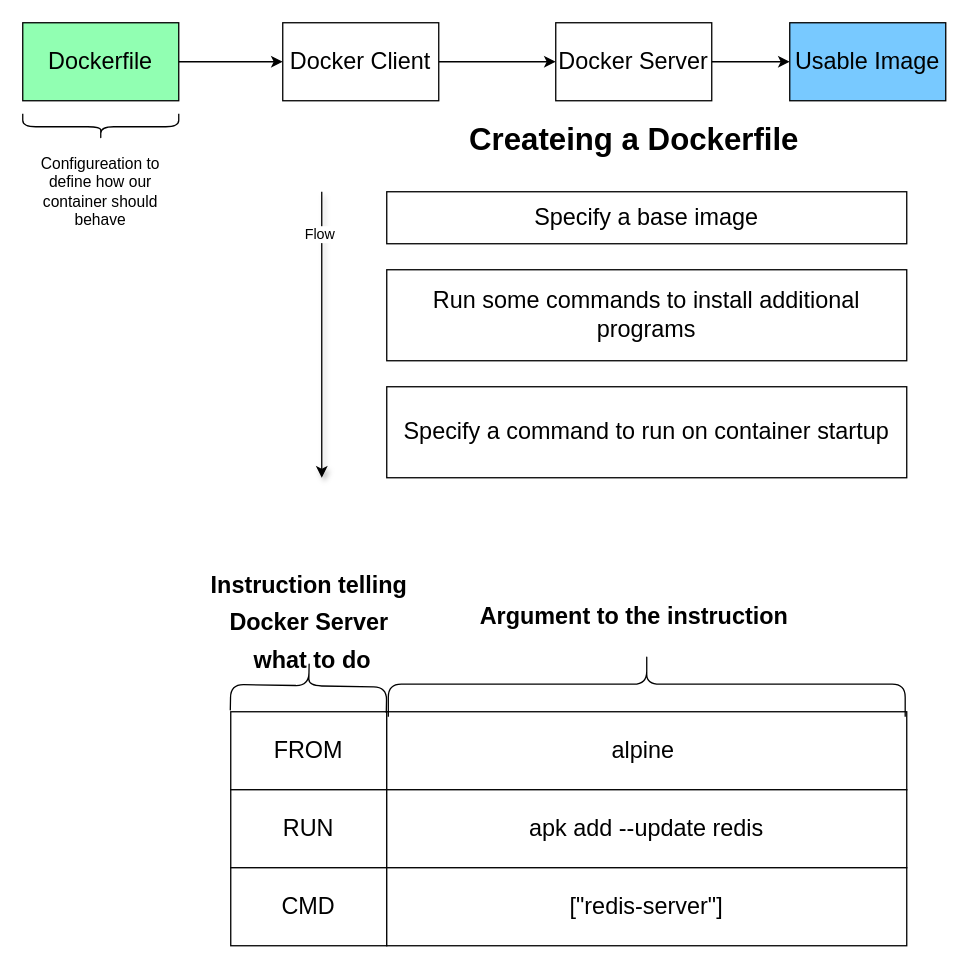
Earlier version of the draw.io diagram page "Dockerfile" (2 of 2) of Untitled Diagram.drawio (hephaestus88/docker). Source tidied: cells renumbered, new cells numbered last; positions are measured from the earlier drawing's top-left corner, leaving out a move shared by most shapes. Both pictures are drawn from the tidied source at 130%, with x=0, y=0 at pixel (22, 22).
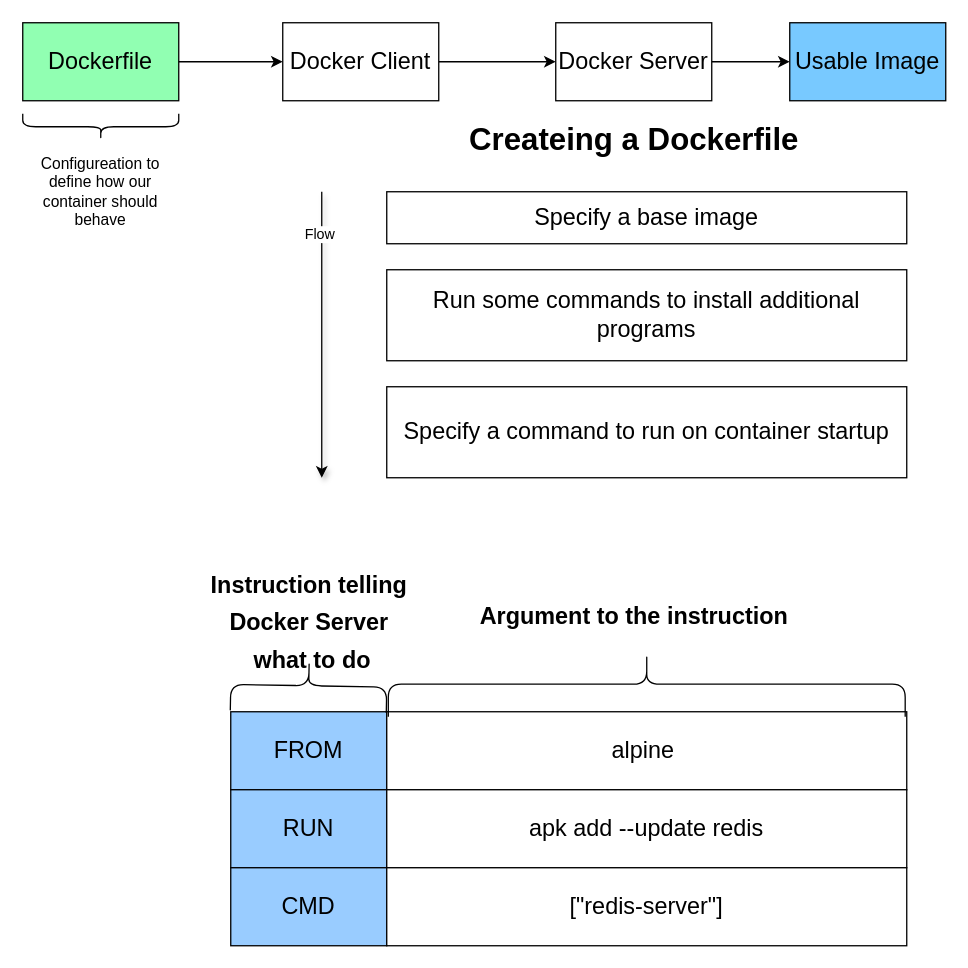
Above is the later version.

Change to the diagram source:
```diff
@@
-    <mxCell id="17" value="&lt;font style=&quot;font-size: 18px;&quot;&gt;FROM&lt;/font&gt;" style="rounded=0;whiteSpace=wrap;html=1;" parent="1" vertex="1">
+    <mxCell id="17" value="&lt;font style=&quot;font-size: 18px;&quot;&gt;FROM&lt;/font&gt;" style="rounded=0;whiteSpace=wrap;html=1;fillColor=#99CCFF;" parent="1" vertex="1">
       <mxGeometry x="160" y="530" width="120" height="60" as="geometry" />
     </mxCell>
@@
-    <mxCell id="19" value="&lt;font style=&quot;font-size: 18px;&quot;&gt;RUN&lt;/font&gt;" style="rounded=0;whiteSpace=wrap;html=1;" parent="1" vertex="1">
+    <mxCell id="19" value="&lt;font style=&quot;font-size: 18px;&quot;&gt;RUN&lt;/font&gt;" style="rounded=0;whiteSpace=wrap;html=1;fillColor=#99CCFF;" parent="1" vertex="1">
       <mxGeometry x="160" y="590" width="120" height="60" as="geometry" />
     </mxCell>
-    <mxCell id="20" value="&lt;font style=&quot;font-size: 18px;&quot;&gt;CMD&lt;/font&gt;" style="rounded=0;whiteSpace=wrap;html=1;" parent="1" vertex="1">
+    <mxCell id="20" value="&lt;font style=&quot;font-size: 18px;&quot;&gt;CMD&lt;/font&gt;" style="rounded=0;whiteSpace=wrap;html=1;fillColor=#99CCFF;" parent="1" vertex="1">
       <mxGeometry x="160" y="650" width="120" height="60" as="geometry" />
     </mxCell>
```
